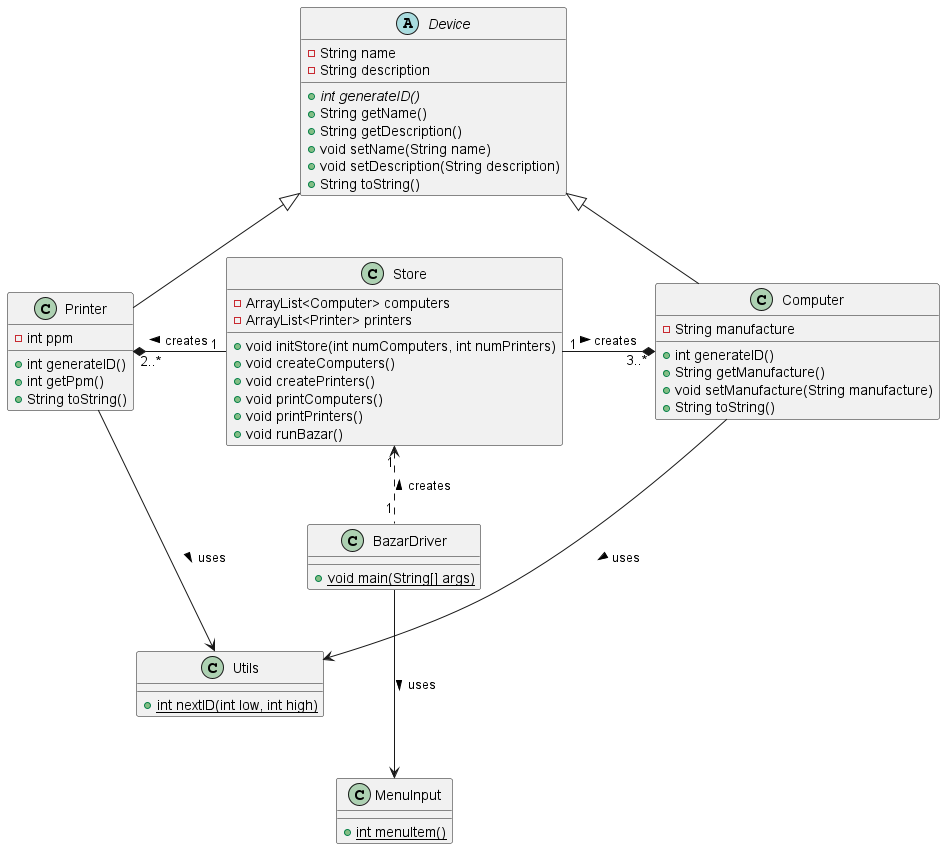
Before: Docs/UML Diagram.png, a diagram exported from PlantUML (jenul-ferdinand/digital-bazaar).
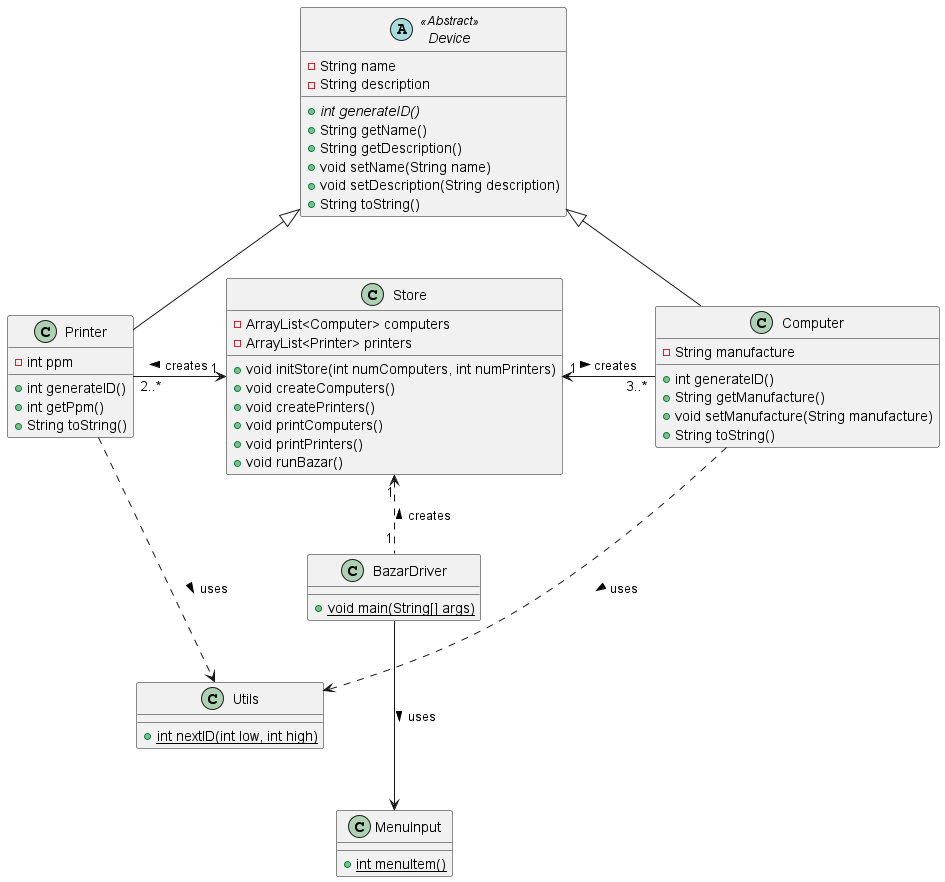
The same file after the commit.

Commit message:
Updated the UML Diagram, to fix the issues brought up in the last interview

Change to the diagram source:
```diff
@@ -30,7 +30,7 @@
     + String toString()
 }
 
-abstract class Device {
+abstract class Device <<Abstract>> {
     - String name
     - String description
     + {abstract} int generateID()
@@ -52,11 +52,11 @@
 Printer -u-|> Device
 Computer -u-|> Device
 
-Printer "2..*" *-r- "1" Store : creates <
-Computer "3..*" *-l- "1" Store : creates <
+Printer "2..*" -r-> "1" Store : creates <
+Computer "3..*" -l-> "1" Store : creates <
 
-Printer ---> Utils : uses >
-Computer --->  Utils : uses >
+Printer ...> Utils : uses >
+Computer ...>  Utils : uses >
 
 BazarDriver "1" .u.> "1" Store : creates >
 BazarDriver ---> MenuInput : uses >
```
